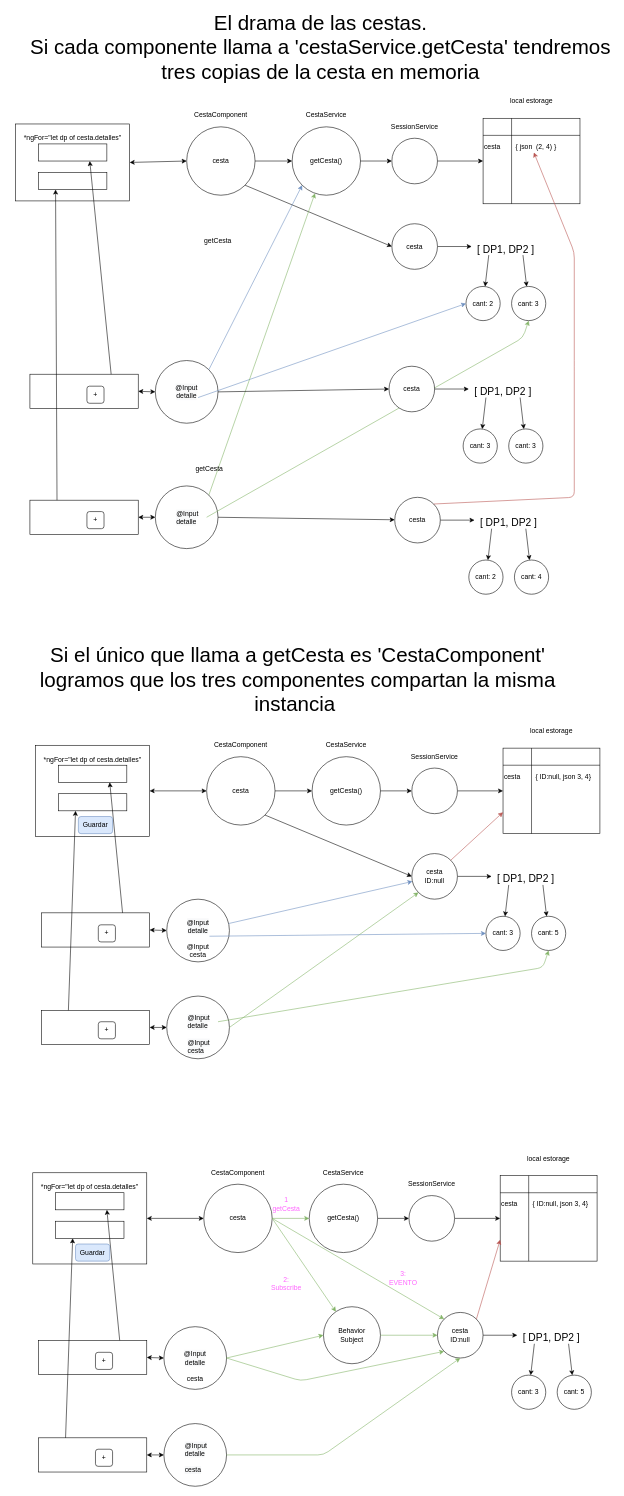
The draw.io diagram page "Página-56" (56 of 58) of Dibujillos.drawio in lrag/MEAN_2021, before the edit. Source tidied: cells renumbered, new cells numbered last; positions are measured from the earlier drawing's top-left corner, leaving out a move shared by most shapes. Both pictures are drawn from the tidied source at 57%, with x=0, y=0 at pixel (10, 41).
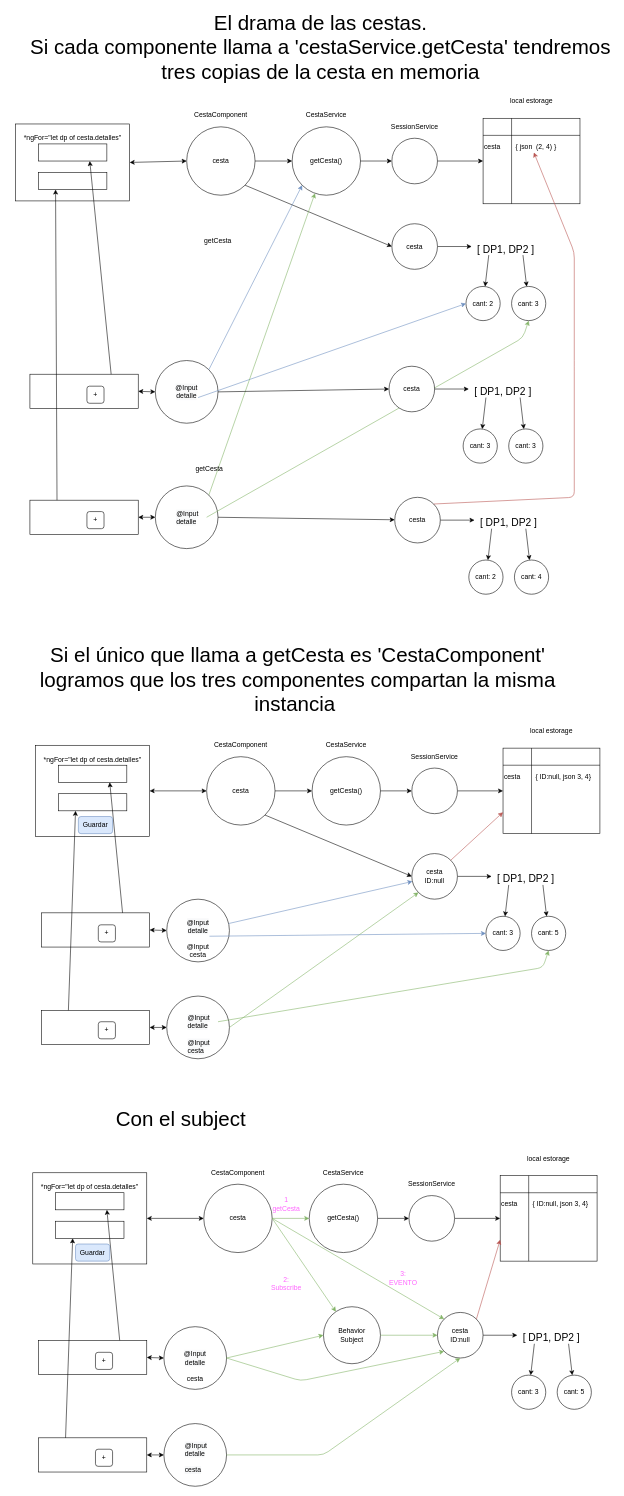
The same diagram, later.

Diff of the diagram source:
```diff
@@
+    <mxCell id="155" value="&lt;font style=&quot;font-size: 36px&quot;&gt;Con el subject&lt;/font&gt;" style="text;html=1;strokeColor=none;fillColor=none;align=center;verticalAlign=middle;whiteSpace=wrap;rounded=0;" parent="1" vertex="1">
+      <mxGeometry x="150" y="1880" width="300" height="20" as="geometry" />
+    </mxCell>
```
